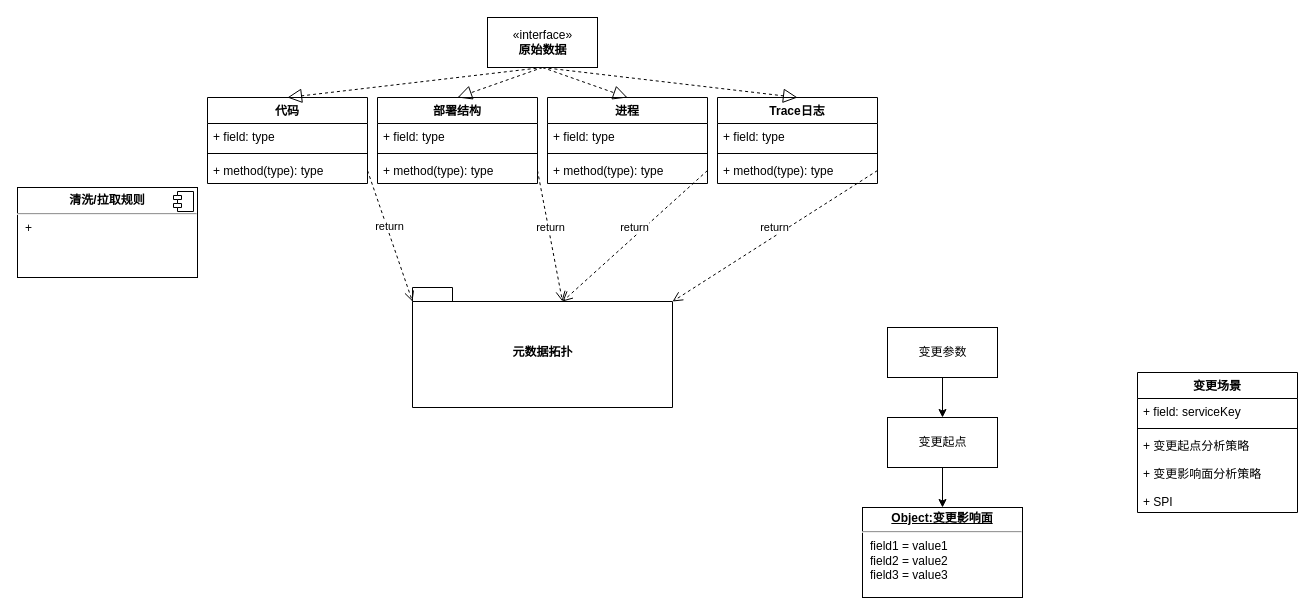
This is 蚂蚁金服/RMC/影响面模型定义.drawio from frankneu/draw.io, a draw.io file, before an edit. Source tidied: cells renumbered, new cells numbered last; positions are measured from the earlier drawing's top-left corner, leaving out a move shared by most shapes. Both pictures are drawn from the tidied source at 100%, with x=0, y=0 at pixel (17, 17).
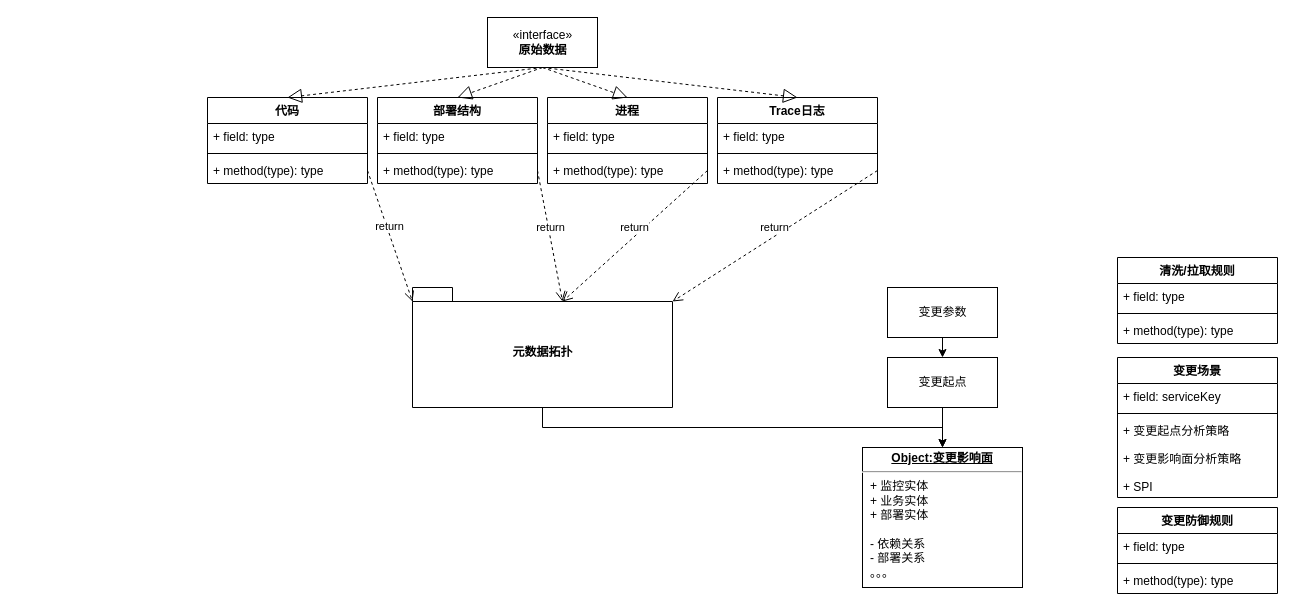
After the change.

Commit message (it also covers changes not shown here):
Update 影响面模型定义.drawio

The change refers to these unchanged cells:
```xml
<mxCell id="23" value="元数据拓扑" style="shape=folder;fontStyle=1;spacingTop=10;tabWidth=40;tabHeight=14;tabPosition=left;html=1;" parent="1" vertex="1">
  <mxGeometry x="395" y="270" width="260" height="120" as="geometry" />
</mxCell>
```

Diff of the diagram source:
```diff
@@
+    <mxCell id="39" style="edgeStyle=orthogonalEdgeStyle;rounded=0;jettySize=auto;html=1;exitX=0.5;exitY=1;exitDx=0;exitDy=0;exitPerimeter=0;entryX=0.5;entryY=0;entryDx=0;entryDy=0;" parent="1" edge="1" source="23" target="38">
+      <mxGeometry relative="1" as="geometry" />
+    </mxCell>
@@
     <mxCell id="28" value="变更场景" style="swimlane;fontStyle=1;align=center;verticalAlign=top;horizontal=1;startSize=26;" parent="1" vertex="1">
-      <mxGeometry x="1120" y="355" width="160" height="140" as="geometry" />
+      <mxGeometry x="1100" y="340" width="160" height="140" as="geometry" />
     </mxCell>
@@
     <mxCell id="33" value="变更参数" style="html=1;" parent="1" vertex="1">
-      <mxGeometry x="870" y="310" width="110" height="50" as="geometry" />
+      <mxGeometry x="870" y="270" width="110" height="50" as="geometry" />
     </mxCell>
-    <mxCell id="34" value="&lt;p style=&quot;margin: 0px ; margin-top: 6px ; text-align: center&quot;&gt;&lt;b&gt;清洗/拉取规则&lt;/b&gt;&lt;/p&gt;&lt;hr&gt;&lt;p style=&quot;margin: 0px ; margin-left: 8px&quot;&gt;+&amp;nbsp;&lt;/p&gt;" style="align=left;overflow=fill;html=1;" parent="1" vertex="1">
-      <mxGeometry y="170" width="180" height="90" as="geometry" />
-    </mxCell>
-    <mxCell id="35" style="shape=component;jettyWidth=8;jettyHeight=4;" parent="34" vertex="1">
-      <mxGeometry x="1" width="20" height="20" relative="1" as="geometry">
-        <mxPoint x="-24" y="4" as="offset" />
-      </mxGeometry>
-    </mxCell>
@@
     <mxCell id="37" value="变更起点" style="html=1;" parent="1" vertex="1">
-      <mxGeometry x="870" y="400" width="110" height="50" as="geometry" />
+      <mxGeometry x="870" y="340" width="110" height="50" as="geometry" />
     </mxCell>
-    <mxCell id="38" value="&lt;p style=&quot;margin: 0px ; margin-top: 4px ; text-align: center ; text-decoration: underline&quot;&gt;&lt;b&gt;Object:变更影响面&lt;/b&gt;&lt;/p&gt;&lt;hr&gt;&lt;p style=&quot;margin: 0px ; margin-left: 8px&quot;&gt;field1 = value1&lt;br&gt;field2 = value2&lt;br&gt;field3 = value3&lt;/p&gt;" style="verticalAlign=top;align=left;overflow=fill;fontSize=12;fontFamily=Helvetica;html=1;" parent="1" vertex="1">
-      <mxGeometry x="845" y="490" width="160" height="90" as="geometry" />
+    <mxCell id="38" value="&lt;p style=&quot;margin: 0px ; margin-top: 4px ; text-align: center ; text-decoration: underline&quot;&gt;&lt;b&gt;Object:变更影响面&lt;/b&gt;&lt;/p&gt;&lt;hr&gt;&lt;p style=&quot;margin: 0px ; margin-left: 8px&quot;&gt;+ 监控实体&lt;/p&gt;&lt;p style=&quot;margin: 0px ; margin-left: 8px&quot;&gt;+ 业务实体&lt;/p&gt;&lt;p style=&quot;margin: 0px ; margin-left: 8px&quot;&gt;+ 部署实体&lt;/p&gt;&lt;p style=&quot;margin: 0px ; margin-left: 8px&quot;&gt;&lt;br&gt;&lt;/p&gt;&lt;p style=&quot;margin: 0px ; margin-left: 8px&quot;&gt;- 依赖关系&lt;/p&gt;&lt;p style=&quot;margin: 0px ; margin-left: 8px&quot;&gt;- 部署关系&lt;/p&gt;&lt;p style=&quot;margin: 0px ; margin-left: 8px&quot;&gt;。。。&lt;/p&gt;" style="verticalAlign=top;align=left;overflow=fill;fontSize=12;fontFamily=Helvetica;html=1;" parent="1" vertex="1">
+      <mxGeometry x="845" y="430" width="160" height="140" as="geometry" />
     </mxCell>
+    <mxCell id="40" value="清洗/拉取规则" style="swimlane;fontStyle=1;align=center;verticalAlign=top;horizontal=1;startSize=26;" parent="1" vertex="1">
+      <mxGeometry x="1100" y="240" width="160" height="86" as="geometry" />
+    </mxCell>
+    <mxCell id="41" value="+ field: type" style="text;strokeColor=none;fillColor=none;align=left;verticalAlign=top;spacingLeft=4;spacingRight=4;overflow=hidden;" parent="40" vertex="1">
+      <mxGeometry y="26" width="160" height="26" as="geometry" />
+    </mxCell>
+    <mxCell id="42" style="line;strokeWidth=1;fillColor=none;align=left;verticalAlign=middle;spacingTop=-1;spacingLeft=3;spacingRight=3;labelPosition=right;" parent="40" vertex="1">
+      <mxGeometry y="52" width="160" height="8" as="geometry" />
+    </mxCell>
+    <mxCell id="43" value="+ method(type): type" style="text;strokeColor=none;fillColor=none;align=left;verticalAlign=top;spacingLeft=4;spacingRight=4;overflow=hidden;" parent="40" vertex="1">
+      <mxGeometry y="60" width="160" height="26" as="geometry" />
+    </mxCell>
+    <mxCell id="44" value="变更防御规则" style="swimlane;fontStyle=1;align=center;verticalAlign=top;horizontal=1;startSize=26;" parent="1" vertex="1">
+      <mxGeometry x="1100" y="490" width="160" height="86" as="geometry" />
+    </mxCell>
+    <mxCell id="45" value="+ field: type" style="text;strokeColor=none;fillColor=none;align=left;verticalAlign=top;spacingLeft=4;spacingRight=4;overflow=hidden;" parent="44" vertex="1">
+      <mxGeometry y="26" width="160" height="26" as="geometry" />
+    </mxCell>
+    <mxCell id="46" style="line;strokeWidth=1;fillColor=none;align=left;verticalAlign=middle;spacingTop=-1;spacingLeft=3;spacingRight=3;labelPosition=right;" parent="44" vertex="1">
+      <mxGeometry y="52" width="160" height="8" as="geometry" />
+    </mxCell>
+    <mxCell id="47" value="+ method(type): type" style="text;strokeColor=none;fillColor=none;align=left;verticalAlign=top;spacingLeft=4;spacingRight=4;overflow=hidden;" parent="44" vertex="1">
+      <mxGeometry y="60" width="160" height="26" as="geometry" />
+    </mxCell>
```
